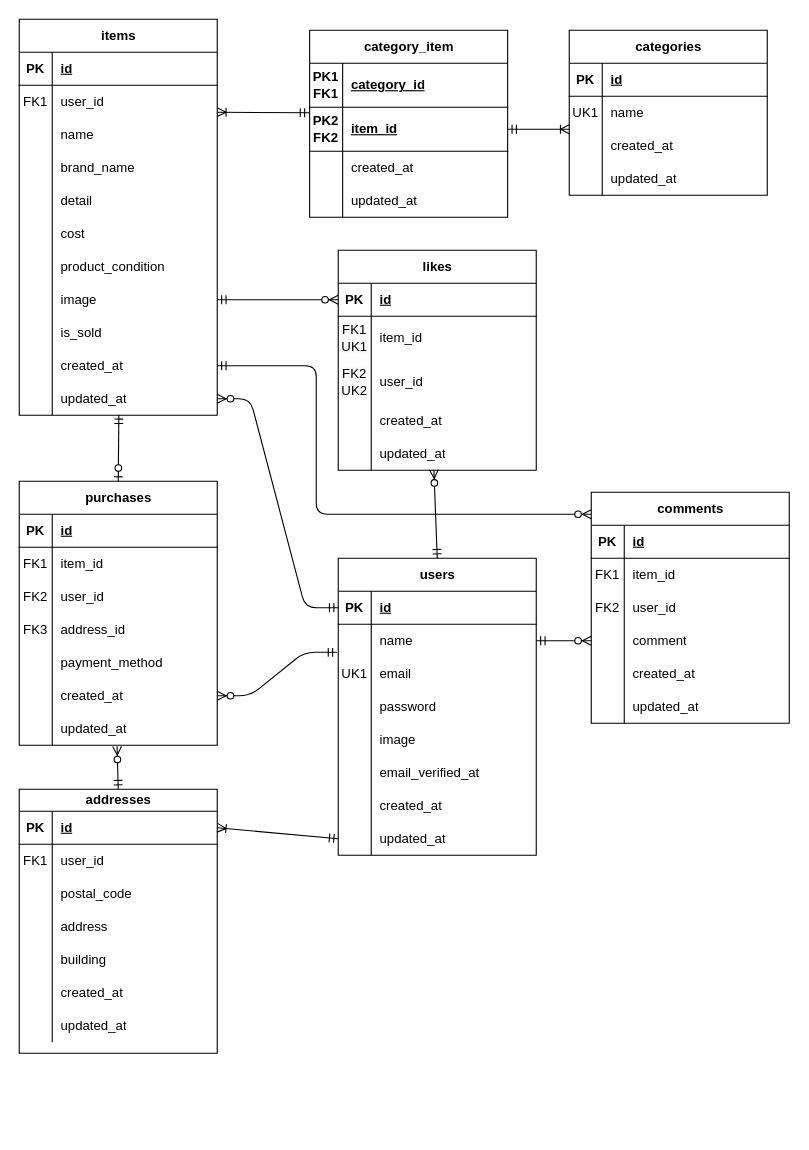
The draw.io diagram er.drawio in minachill/flea-market-app, before the edit. Source tidied: cells renumbered, new cells numbered last; positions are measured from the earlier drawing's top-left corner, leaving out a move shared by most shapes. Both pictures are drawn from the tidied source at 110%, with x=0, y=0 at pixel (19, 19).
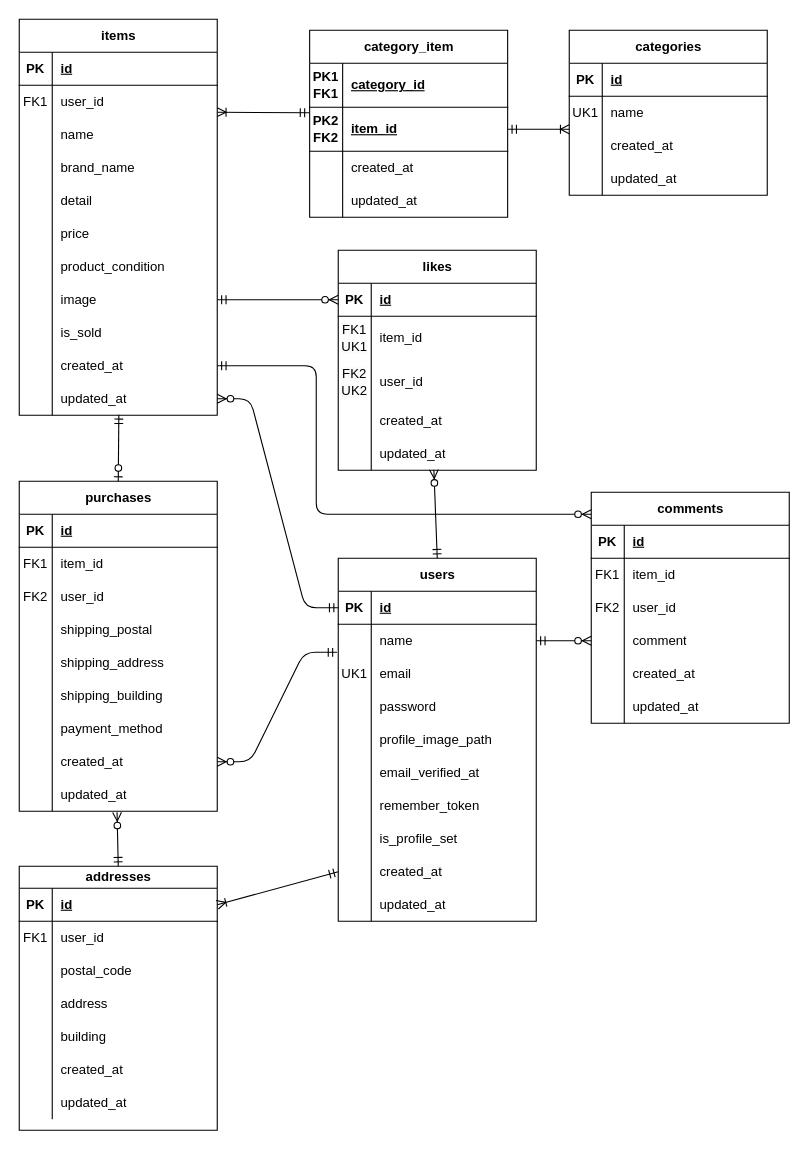
After the change.

Unchanged cells that the change refers to:
```xml
<mxCell id="15" style="shape=tableRow;horizontal=0;startSize=0;swimlaneHead=0;swimlaneBody=0;fillColor=none;top=0;left=0;right=0;bottom=0;" parent="2" vertex="1">
  <mxGeometry y="150" width="180" height="30" as="geometry" />
</mxCell>
<mxCell id="158" style="shape=tableRow;horizontal=0;startSize=0;swimlaneHead=0;swimlaneBody=0;fillColor=none;top=0;left=0;right=0;bottom=0;" parent="142" vertex="1">
  <mxGeometry y="180" width="180" height="30" as="geometry" />
</mxCell>
```

Diff of the diagram source:
```diff
@@
     <mxCell id="2" value="users" style="shape=table;startSize=30;childLayout=tableLayout;rowLines=0;fontStyle=1;align=center;html=1;" parent="1" vertex="1">
-      <mxGeometry x="290" y="490" width="180" height="270" as="geometry" />
+      <mxGeometry x="290" y="490" width="180" height="330" as="geometry" />
     </mxCell>
@@
-    <mxCell id="17" value="image" style="shape=partialRectangle;fillColor=none;top=0;left=0;bottom=0;right=0;align=left;spacingLeft=6;overflow=hidden;whiteSpace=wrap;html=1;" parent="15" vertex="1">
+    <mxCell id="17" value="profile_image_path" style="shape=partialRectangle;fillColor=none;top=0;left=0;bottom=0;right=0;align=left;spacingLeft=6;overflow=hidden;whiteSpace=wrap;html=1;" parent="15" vertex="1">
       <mxGeometry x="30" width="150" height="30" as="geometry" />
     </mxCell>
@@
+    <mxCell id="177" style="shape=tableRow;horizontal=0;startSize=0;swimlaneHead=0;swimlaneBody=0;fillColor=none;top=0;left=0;right=0;bottom=0;" parent="2" vertex="1">
+      <mxGeometry y="210" width="180" height="30" as="geometry" />
+    </mxCell>
+    <mxCell id="178" style="shape=partialRectangle;fillColor=none;top=0;left=0;bottom=0;right=0;overflow=hidden;whiteSpace=wrap;html=1;" parent="177" vertex="1">
+      <mxGeometry width="30" height="30" as="geometry" />
+    </mxCell>
+    <mxCell id="179" value="remember_token" style="shape=partialRectangle;fillColor=none;top=0;left=0;bottom=0;right=0;align=left;spacingLeft=6;overflow=hidden;whiteSpace=wrap;html=1;" parent="177" vertex="1">
+      <mxGeometry x="30" width="150" height="30" as="geometry" />
+    </mxCell>
     <mxCell id="21" style="shape=tableRow;horizontal=0;startSize=0;swimlaneHead=0;swimlaneBody=0;fillColor=none;top=0;left=0;right=0;bottom=0;" parent="2" vertex="1">
-      <mxGeometry y="210" width="180" height="30" as="geometry" />
+      <mxGeometry y="240" width="180" height="30" as="geometry" />
     </mxCell>
@@
-    <mxCell id="23" value="created_at" style="shape=partialRectangle;fillColor=none;top=0;left=0;bottom=0;right=0;align=left;spacingLeft=6;overflow=hidden;whiteSpace=wrap;html=1;" parent="21" vertex="1">
+    <mxCell id="23" value="is_profile_set" style="shape=partialRectangle;fillColor=none;top=0;left=0;bottom=0;right=0;align=left;spacingLeft=6;overflow=hidden;whiteSpace=wrap;html=1;" parent="21" vertex="1">
       <mxGeometry x="30" width="150" height="30" as="geometry" />
     </mxCell>
     <mxCell id="24" style="shape=tableRow;horizontal=0;startSize=0;swimlaneHead=0;swimlaneBody=0;fillColor=none;points=[[0,0.5],[1,0.5]];portConstraint=eastwest;top=0;left=0;right=0;bottom=0;" parent="2" vertex="1">
-      <mxGeometry y="240" width="180" height="30" as="geometry" />
+      <mxGeometry y="270" width="180" height="30" as="geometry" />
     </mxCell>
@@
-    <mxCell id="26" value="updated_at" style="shape=partialRectangle;fillColor=none;top=0;left=0;bottom=0;right=0;align=left;spacingLeft=6;overflow=hidden;whiteSpace=wrap;html=1;" parent="24" vertex="1">
+    <mxCell id="26" value="&lt;span style=&quot;color: rgb(0, 0, 0); font-family: Helvetica; font-size: 12px; font-style: normal; font-variant-ligatures: normal; font-variant-caps: normal; font-weight: 400; letter-spacing: normal; orphans: 2; text-align: left; text-indent: 0px; text-transform: none; widows: 2; word-spacing: 0px; -webkit-text-stroke-width: 0px; white-space: normal; background-color: rgb(251, 251, 251); text-decoration-thickness: initial; text-decoration-style: initial; text-decoration-color: initial; display: inline !important; float: none;&quot;&gt;created_at&lt;/span&gt;" style="shape=partialRectangle;fillColor=none;top=0;left=0;bottom=0;right=0;align=left;spacingLeft=6;overflow=hidden;whiteSpace=wrap;html=1;" parent="24" vertex="1">
       <mxGeometry x="30" width="150" height="30" as="geometry" />
     </mxCell>
+    <mxCell id="180" style="shape=tableRow;horizontal=0;startSize=0;swimlaneHead=0;swimlaneBody=0;fillColor=none;top=0;left=0;right=0;bottom=0;" parent="2" vertex="1">
+      <mxGeometry y="300" width="180" height="30" as="geometry" />
+    </mxCell>
+    <mxCell id="181" style="shape=partialRectangle;fillColor=none;top=0;left=0;bottom=0;right=0;overflow=hidden;whiteSpace=wrap;html=1;" parent="180" vertex="1">
+      <mxGeometry width="30" height="30" as="geometry" />
+    </mxCell>
+    <mxCell id="182" value="updated_at" style="shape=partialRectangle;fillColor=none;top=0;left=0;bottom=0;right=0;align=left;spacingLeft=6;overflow=hidden;whiteSpace=wrap;html=1;" parent="180" vertex="1">
+      <mxGeometry x="30" width="150" height="30" as="geometry" />
+    </mxCell>
     <mxCell id="27" value="addresses" style="shape=table;startSize=20;childLayout=tableLayout;rowLines=0;fontStyle=1;align=center;html=1;" parent="1" vertex="1">
-      <mxGeometry y="700" width="180" height="240" as="geometry" />
+      <mxGeometry y="770" width="180" height="240" as="geometry" />
     </mxCell>
@@
     <mxCell id="75" value="purchases" style="shape=table;startSize=30;childLayout=tableLayout;rowLines=0;fontStyle=1;align=center;html=1;" parent="1" vertex="1">
-      <mxGeometry y="420" width="180" height="240" as="geometry" />
+      <mxGeometry y="420" width="180" height="300" as="geometry" />
     </mxCell>
@@
+    <mxCell id="183" style="shape=tableRow;horizontal=0;startSize=0;swimlaneHead=0;swimlaneBody=0;fillColor=none;top=0;left=0;right=0;bottom=0;" parent="75" vertex="1">
+      <mxGeometry y="120" width="180" height="30" as="geometry" />
+    </mxCell>
+    <mxCell id="184" style="shape=partialRectangle;fillColor=none;top=0;left=0;bottom=0;right=0;overflow=hidden;whiteSpace=wrap;html=1;" parent="183" vertex="1">
+      <mxGeometry width="30" height="30" as="geometry" />
+    </mxCell>
+    <mxCell id="185" value="shipping_postal" style="shape=partialRectangle;fillColor=none;top=0;left=0;bottom=0;right=0;align=left;spacingLeft=6;overflow=hidden;whiteSpace=wrap;html=1;" parent="183" vertex="1">
+      <mxGeometry x="30" width="150" height="30" as="geometry" />
+    </mxCell>
+    <mxCell id="186" style="shape=tableRow;horizontal=0;startSize=0;swimlaneHead=0;swimlaneBody=0;fillColor=none;top=0;left=0;right=0;bottom=0;" parent="75" vertex="1">
+      <mxGeometry y="150" width="180" height="30" as="geometry" />
+    </mxCell>
+    <mxCell id="187" style="shape=partialRectangle;fillColor=none;top=0;left=0;bottom=0;right=0;overflow=hidden;whiteSpace=wrap;html=1;" parent="186" vertex="1">
+      <mxGeometry width="30" height="30" as="geometry" />
+    </mxCell>
+    <mxCell id="188" value="shipping_address" style="shape=partialRectangle;fillColor=none;top=0;left=0;bottom=0;right=0;align=left;spacingLeft=6;overflow=hidden;whiteSpace=wrap;html=1;" parent="186" vertex="1">
+      <mxGeometry x="30" width="150" height="30" as="geometry" />
+    </mxCell>
     <mxCell id="85" style="shape=tableRow;horizontal=0;startSize=0;swimlaneHead=0;swimlaneBody=0;fillColor=none;top=0;left=0;right=0;bottom=0;" parent="75" vertex="1">
-      <mxGeometry y="120" width="180" height="30" as="geometry" />
+      <mxGeometry y="180" width="180" height="30" as="geometry" />
     </mxCell>
-    <mxCell id="86" value="FK3" style="shape=partialRectangle;fillColor=none;top=0;left=0;bottom=0;right=0;overflow=hidden;whiteSpace=wrap;html=1;" parent="85" vertex="1">
+    <mxCell id="86" style="shape=partialRectangle;fillColor=none;top=0;left=0;bottom=0;right=0;overflow=hidden;whiteSpace=wrap;html=1;" parent="85" vertex="1">
       <mxGeometry width="30" height="30" as="geometry" />
     </mxCell>
-    <mxCell id="87" value="address_id" style="shape=partialRectangle;fillColor=none;top=0;left=0;bottom=0;right=0;align=left;spacingLeft=6;overflow=hidden;whiteSpace=wrap;html=1;" parent="85" vertex="1">
+    <mxCell id="87" value="shipping_building" style="shape=partialRectangle;fillColor=none;top=0;left=0;bottom=0;right=0;align=left;spacingLeft=6;overflow=hidden;whiteSpace=wrap;html=1;" parent="85" vertex="1">
       <mxGeometry x="30" width="150" height="30" as="geometry" />
     </mxCell>
     <mxCell id="88" style="shape=tableRow;horizontal=0;startSize=0;swimlaneHead=0;swimlaneBody=0;fillColor=none;top=0;left=0;right=0;bottom=0;" parent="75" vertex="1">
-      <mxGeometry y="150" width="180" height="30" as="geometry" />
+      <mxGeometry y="210" width="180" height="30" as="geometry" />
     </mxCell>
@@
     <mxCell id="91" style="shape=tableRow;horizontal=0;startSize=0;swimlaneHead=0;swimlaneBody=0;fillColor=none;points=[[0,0.5],[1,0.5]];portConstraint=eastwest;top=0;left=0;right=0;bottom=0;" parent="75" vertex="1">
-      <mxGeometry y="180" width="180" height="30" as="geometry" />
+      <mxGeometry y="240" width="180" height="30" as="geometry" />
     </mxCell>
@@
     <mxCell id="94" style="shape=tableRow;horizontal=0;startSize=0;swimlaneHead=0;swimlaneBody=0;fillColor=none;points=[[0,0.5],[1,0.5]];portConstraint=eastwest;top=0;left=0;right=0;bottom=0;" parent="75" vertex="1">
-      <mxGeometry y="210" width="180" height="30" as="geometry" />
+      <mxGeometry y="270" width="180" height="30" as="geometry" />
     </mxCell>
@@
-    <mxCell id="160" value="cost" style="shape=partialRectangle;fillColor=none;top=0;left=0;bottom=0;right=0;align=left;spacingLeft=6;overflow=hidden;whiteSpace=wrap;html=1;" parent="158" vertex="1">
+    <mxCell id="160" value="price" style="shape=partialRectangle;fillColor=none;top=0;left=0;bottom=0;right=0;align=left;spacingLeft=6;overflow=hidden;whiteSpace=wrap;html=1;" parent="158" vertex="1">
       <mxGeometry x="30" width="150" height="30" as="geometry" />
     </mxCell>
```
